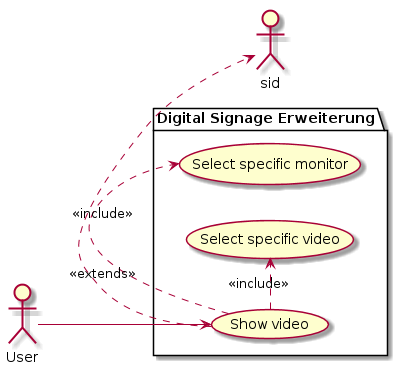
danielandricic/digital-signage-on-demand-videos-slides keeps this PlantUML diagram as images/usecase-diagram.png. Above is the earlier version.
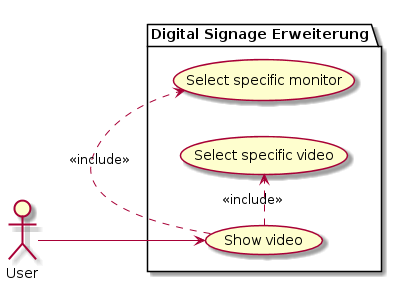
The same diagram one commit later.

Change to the diagram source:
```diff
@@ -12,5 +12,4 @@
 u --> stv
 stv .> slm : <<include>>
 stv .> slv : <<include>>
-stv .> sid : <<extends>>
 @enduml
```
